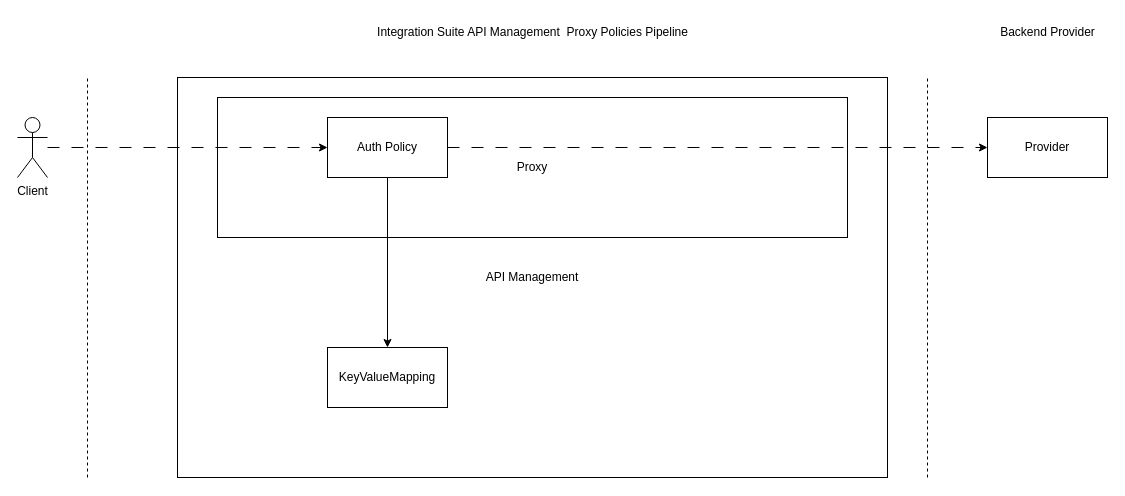
gabriel-rodrigues-f/sap-api-management-architectural-diagrams keeps this draw.io diagram as page "Provider Authentication" (5 of 5) of bunge.drawio. Above is the earlier version. Source tidied: cells renumbered, new cells numbered last; positions are measured from the earlier drawing's top-left corner, leaving out a move shared by most shapes. Both pictures are drawn from the tidied source at 100%, with x=0, y=0 at pixel (17, 17).
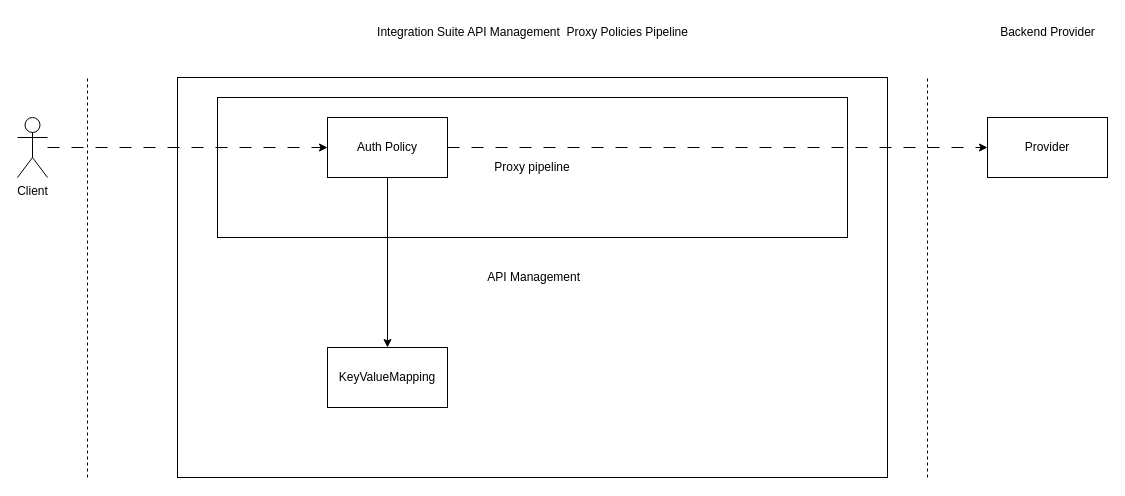
The same diagram, later.

The edit, as a diff of the source:
```diff
@@
 <mxGraphModel>
   <root>
     <mxCell id="0" />
     <mxCell id="1" parent="0" />
     <mxCell id="2" value="Client" style="shape=umlActor;verticalLabelPosition=bottom;verticalAlign=top;html=1;outlineConnect=0;" parent="1" vertex="1">
       <mxGeometry y="100" width="30" height="60" as="geometry" />
     </mxCell>
-    <mxCell id="3" value="API Management" style="rounded=0;whiteSpace=wrap;html=1;spacingTop=0;" parent="1" vertex="1">
+    <mxCell id="3" value="&amp;nbsp;API Management" style="rounded=0;whiteSpace=wrap;html=1;spacingTop=0;" parent="1" vertex="1">
       <mxGeometry x="160" y="60" width="710" height="400" as="geometry" />
     </mxCell>
-    <mxCell id="4" value="Proxy" style="rounded=0;whiteSpace=wrap;html=1;" parent="1" vertex="1">
+    <mxCell id="4" value="Proxy pipeline" style="rounded=0;whiteSpace=wrap;html=1;" parent="1" vertex="1">
       <mxGeometry x="200" y="80" width="630" height="140" as="geometry" />
     </mxCell>
     <mxCell id="5" style="edgeStyle=orthogonalEdgeStyle;rounded=0;jettySize=auto;html=1;dashed=1;dashPattern=12 12;" parent="1" edge="1" source="7" target="9">
       <mxGeometry relative="1" as="geometry" />
     </mxCell>
     <mxCell id="6" style="edgeStyle=orthogonalEdgeStyle;rounded=0;jettySize=auto;html=1;" parent="1" edge="1" source="7" target="10">
       <mxGeometry relative="1" as="geometry" />
     </mxCell>
     <mxCell id="7" value="Auth Policy" style="rounded=0;whiteSpace=wrap;html=1;" parent="1" vertex="1">
       <mxGeometry x="310" y="100" width="120" height="60" as="geometry" />
     </mxCell>
     <mxCell id="8" style="edgeStyle=orthogonalEdgeStyle;rounded=0;jettySize=auto;html=1;dashed=1;dashPattern=12 12;" parent="1" edge="1" source="2" target="7">
       <mxGeometry relative="1" as="geometry" />
     </mxCell>
     <mxCell id="9" value="Provider" style="rounded=0;whiteSpace=wrap;html=1;" parent="1" vertex="1">
       <mxGeometry x="970" y="100" width="120" height="60" as="geometry" />
     </mxCell>
     <mxCell id="10" value="KeyValueMapping" style="rounded=0;whiteSpace=wrap;html=1;" parent="1" vertex="1">
       <mxGeometry x="310" y="330" width="120" height="60" as="geometry" />
     </mxCell>
     <mxCell id="11" style="endArrow=none;dashed=1;html=1;rounded=0;" parent="1" edge="1">
       <mxGeometry relative="1" as="geometry">
         <mxPoint x="70" y="460" as="sourcePoint" />
         <mxPoint x="70" y="60" as="targetPoint" />
       </mxGeometry>
     </mxCell>
     <mxCell id="12" style="endArrow=none;dashed=1;html=1;rounded=0;" parent="1" edge="1">
       <mxGeometry relative="1" as="geometry">
         <mxPoint x="910" y="460" as="sourcePoint" />
         <mxPoint x="910" y="60" as="targetPoint" />
       </mxGeometry>
     </mxCell>
     <mxCell id="13" value="Integration Suite API Management&amp;nbsp; Proxy Policies Pipeline" style="text;html=1;align=center;verticalAlign=middle;strokeColor=none;fillColor=none;" parent="1" vertex="1">
       <mxGeometry x="350" width="330" height="30" as="geometry" />
     </mxCell>
     <mxCell id="14" value="Backend Provider" style="text;html=1;align=center;verticalAlign=middle;strokeColor=none;fillColor=none;" parent="1" vertex="1">
       <mxGeometry x="970" width="120" height="30" as="geometry" />
     </mxCell>
   </root>
 </mxGraphModel>
```
